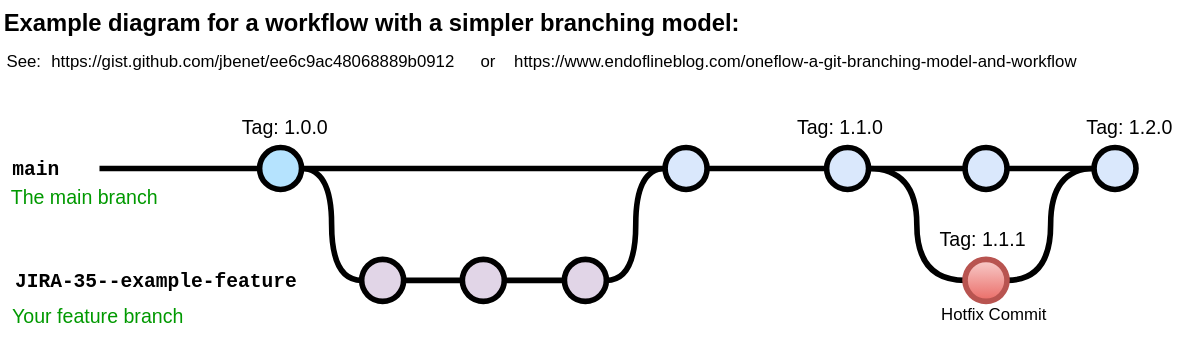
Earlier version of the draw.io export git tutorial.drawio.svg (ZacksAmber/Flowcharts). Source tidied: cells renumbered, new cells last; positions are measured from the earlier drawing's top-left corner, leaving out a move shared by most shapes.
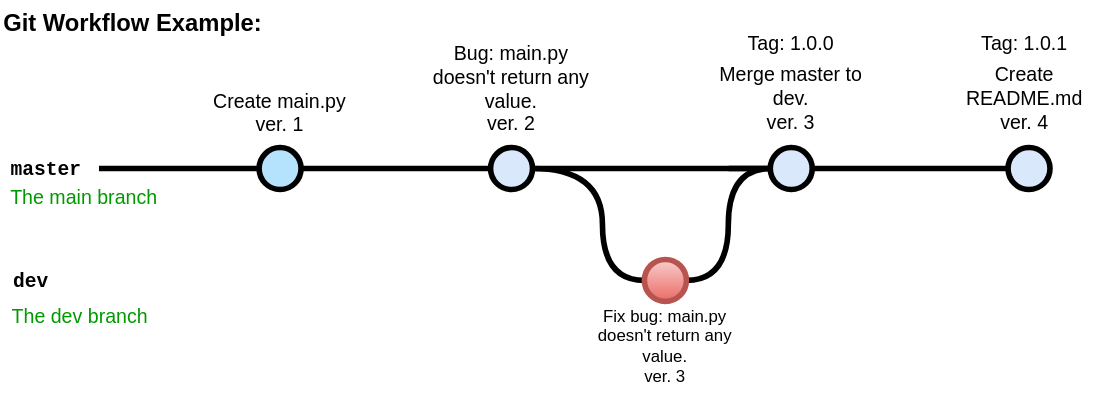
The same diagram one commit later.

Diff of the diagram source:
```diff
@@ -2,109 +2,91 @@
   <root>
     <mxCell id="0" />
     <mxCell id="1" parent="0" />
-    <mxCell id="2" value="Example diagram for a workflow with a simpler branching model:" style="text;whiteSpace=wrap;html=1;fontStyle=1;fontSize=17;" parent="1" vertex="1">
+    <mxCell id="2" value="Git Workflow Example:" style="text;whiteSpace=wrap;html=1;fontStyle=1;fontSize=17;" parent="1" vertex="1">
       <mxGeometry width="542.2" height="30" as="geometry" />
     </mxCell>
-    <mxCell id="3" value="&lt;a href=&quot;https://gist.github.com/jbenet/ee6c9ac48068889b0912&quot;&gt;https://gist.github.com/jbenet/ee6c9ac48068889b0912&lt;/a&gt;" style="text;whiteSpace=wrap;html=1;" parent="1" vertex="1">
-      <mxGeometry x="34.2" y="30" width="298" height="20" as="geometry" />
-    </mxCell>
-    <mxCell id="4" value="See:" style="text;whiteSpace=wrap;html=1;" parent="1" vertex="1">
-      <mxGeometry x="1.5" y="30" width="32.8" height="20" as="geometry" />
-    </mxCell>
     <mxCell id="5" style="edgeStyle=orthogonalEdgeStyle;rounded=0;html=1;jettySize=auto;plain-blue;endArrow=none;endFill=0;strokeWidth=4;strokeColor=#000000;" parent="1" edge="1" source="7" target="9">
       <mxGeometry x="304.5" y="180" as="geometry" />
     </mxCell>
-    <mxCell id="6" style="edgeStyle=orthogonalEdgeStyle;curved=1;rounded=0;html=1;exitX=1;exitY=0.5;exitPerimeter=0;entryX=0;entryY=0.5;entryPerimeter=0;endArrow=none;endFill=0;jettySize=auto;strokeWidth=4;fontSize=15;" parent="1" edge="1" source="7" target="19">
-      <mxGeometry relative="1" as="geometry" />
-    </mxCell>
     <mxCell id="7" style="verticalLabelPosition=bottom;verticalAlign=top;html=1;strokeWidth=4;shape=mxgraph.flowchart.on-page_reference;plain-blue;gradientColor=none;fillColor=#B5E3Fe;strokeColor=#000000;" parent="1" vertex="1">
       <mxGeometry x="184.5" y="105" width="30" height="30" as="geometry" />
     </mxCell>
-    <mxCell id="8" style="edgeStyle=orthogonalEdgeStyle;curved=1;rounded=0;jettySize=auto;html=1;endArrow=none;endFill=0;strokeWidth=4;fontFamily=Courier New;fontSize=16;" parent="1" edge="1" source="9" target="12">
+    <mxCell id="8" style="edgeStyle=orthogonalEdgeStyle;curved=1;rounded=0;jettySize=auto;html=1;endArrow=none;endFill=0;strokeWidth=4;fontFamily=Courier New;fontSize=16;startArrow=none;entryX=0;entryY=0.5;entryDx=0;entryDy=0;entryPerimeter=0;" parent="1" edge="1" source="15" target="38">
       <mxGeometry relative="1" as="geometry" />
     </mxCell>
     <mxCell id="9" style="verticalLabelPosition=bottom;verticalAlign=top;html=1;strokeWidth=4;shape=mxgraph.flowchart.on-page_reference;plain-blue;gradientColor=none;strokeColor=#000000;" parent="1" vertex="1">
-      <mxGeometry x="474.5" y="105" width="30" height="30" as="geometry" />
+      <mxGeometry x="350" y="105" width="30" height="30" as="geometry" />
     </mxCell>
-    <mxCell id="10" style="edgeStyle=orthogonalEdgeStyle;curved=1;rounded=0;jettySize=auto;html=1;endArrow=none;endFill=0;strokeWidth=4;fontFamily=Courier New;fontSize=16;" parent="1" edge="1" source="12" target="14">
-      <mxGeometry relative="1" as="geometry" />
-    </mxCell>
-    <mxCell id="11" style="edgeStyle=orthogonalEdgeStyle;curved=1;rounded=0;jettySize=auto;html=1;endArrow=none;endFill=0;strokeWidth=4;fontFamily=Courier New;fontSize=16;entryX=0;entryY=0.5;entryDx=0;entryDy=0;entryPerimeter=0;" parent="1" edge="1" source="12" target="32">
-      <mxGeometry relative="1" as="geometry" />
+    <mxCell id="11" style="edgeStyle=orthogonalEdgeStyle;curved=1;rounded=0;jettySize=auto;html=1;endArrow=none;endFill=0;strokeWidth=4;fontFamily=Courier New;fontSize=16;entryX=0;entryY=0.5;entryDx=0;entryDy=0;entryPerimeter=0;exitX=1;exitY=0.5;exitDx=0;exitDy=0;exitPerimeter=0;" parent="1" edge="1" source="9" target="32">
+      <mxGeometry relative="1" as="geometry">
+        <Array as="points">
+          <mxPoint x="430" y="120" />
+          <mxPoint x="430" y="200" />
+        </Array>
+      </mxGeometry>
     </mxCell>
-    <mxCell id="12" style="verticalLabelPosition=bottom;verticalAlign=top;html=1;strokeWidth=4;shape=mxgraph.flowchart.on-page_reference;plain-blue;gradientColor=none;strokeColor=#000000;" parent="1" vertex="1">
-      <mxGeometry x="590" y="105" width="30" height="30" as="geometry" />
-    </mxCell>
-    <mxCell id="13" style="edgeStyle=orthogonalEdgeStyle;curved=1;rounded=0;jettySize=auto;html=1;endArrow=none;endFill=0;strokeWidth=4;fontFamily=Courier New;fontSize=16;" parent="1" edge="1" source="14" target="15">
-      <mxGeometry relative="1" as="geometry" />
+    <mxCell id="13" style="edgeStyle=orthogonalEdgeStyle;curved=1;rounded=0;jettySize=auto;html=1;endArrow=none;endFill=0;strokeWidth=4;fontFamily=Courier New;fontSize=16;" parent="1" edge="1" target="15">
+      <mxGeometry relative="1" as="geometry">
+        <mxPoint x="520.2" y="120" as="sourcePoint" />
+      </mxGeometry>
     </mxCell>
-    <mxCell id="14" style="verticalLabelPosition=bottom;verticalAlign=top;html=1;strokeWidth=4;shape=mxgraph.flowchart.on-page_reference;plain-blue;gradientColor=none;strokeColor=#000000;" parent="1" vertex="1">
-      <mxGeometry x="689" y="105" width="30" height="30" as="geometry" />
-    </mxCell>
-    <mxCell id="15" style="verticalLabelPosition=bottom;verticalAlign=top;html=1;strokeWidth=4;shape=mxgraph.flowchart.on-page_reference;plain-blue;gradientColor=none;strokeColor=#000000;" parent="1" vertex="1">
-      <mxGeometry x="781.2" y="105" width="30" height="30" as="geometry" />
-    </mxCell>
     <mxCell id="16" style="edgeStyle=orthogonalEdgeStyle;rounded=0;html=1;jettySize=auto;strokeWidth=4;endArrow=none;endFill=0;" parent="1" edge="1" target="7">
       <mxGeometry x="204.5" y="180" as="geometry">
         <mxPoint x="70" y="120" as="sourcePoint" />
       </mxGeometry>
     </mxCell>
-    <mxCell id="17" value="main" style="text;html=1;strokeColor=none;fillColor=none;align=center;verticalAlign=middle;whiteSpace=wrap;overflow=hidden;fontSize=14;fontStyle=1;fontFamily=Courier New;" parent="1" vertex="1">
-      <mxGeometry y="110" width="50" height="20" as="geometry" />
+    <mxCell id="17" value="master" style="text;html=1;strokeColor=none;fillColor=none;align=center;verticalAlign=middle;whiteSpace=wrap;overflow=hidden;fontSize=14;fontStyle=1;fontFamily=Courier New;" parent="1" vertex="1">
+      <mxGeometry x="5.2" y="110" width="54.8" height="20" as="geometry" />
     </mxCell>
-    <mxCell id="18" style="edgeStyle=orthogonalEdgeStyle;curved=1;rounded=0;html=1;exitX=1;exitY=0.5;exitPerimeter=0;entryX=0;entryY=0.5;entryPerimeter=0;endArrow=none;endFill=0;jettySize=auto;strokeWidth=4;fontSize=15;" parent="1" edge="1" source="19" target="21">
-      <mxGeometry relative="1" as="geometry" />
-    </mxCell>
-    <mxCell id="19" style="verticalLabelPosition=bottom;verticalAlign=top;html=1;strokeWidth=4;shape=mxgraph.flowchart.on-page_reference;plain-purple;gradientColor=none;strokeColor=#000000;" parent="1" vertex="1">
-      <mxGeometry x="257.5" y="185" width="30" height="30" as="geometry" />
-    </mxCell>
-    <mxCell id="20" style="edgeStyle=orthogonalEdgeStyle;curved=1;rounded=0;html=1;exitX=1;exitY=0.5;exitPerimeter=0;entryX=0;entryY=0.5;entryPerimeter=0;endArrow=none;endFill=0;jettySize=auto;strokeWidth=4;fontSize=15;" parent="1" edge="1" source="21" target="23">
-      <mxGeometry relative="1" as="geometry" />
-    </mxCell>
-    <mxCell id="21" style="verticalLabelPosition=bottom;verticalAlign=top;html=1;strokeWidth=4;shape=mxgraph.flowchart.on-page_reference;plain-purple;gradientColor=none;strokeColor=#000000;" parent="1" vertex="1">
-      <mxGeometry x="329.5" y="185" width="30" height="30" as="geometry" />
-    </mxCell>
-    <mxCell id="22" style="edgeStyle=orthogonalEdgeStyle;curved=1;rounded=0;html=1;exitX=1;exitY=0.5;exitPerimeter=0;entryX=0;entryY=0.5;entryPerimeter=0;endArrow=none;endFill=0;jettySize=auto;strokeWidth=4;fontSize=15;" parent="1" edge="1" source="23" target="9">
-      <mxGeometry relative="1" as="geometry" />
-    </mxCell>
-    <mxCell id="23" style="verticalLabelPosition=bottom;verticalAlign=top;html=1;strokeWidth=4;shape=mxgraph.flowchart.on-page_reference;plain-purple;gradientColor=none;strokeColor=#000000;" parent="1" vertex="1">
-      <mxGeometry x="402.5" y="185" width="30" height="30" as="geometry" />
-    </mxCell>
-    <mxCell id="24" value="JIRA-35--example-feature" style="text;html=1;strokeColor=none;fillColor=none;align=left;verticalAlign=middle;whiteSpace=wrap;overflow=hidden;fontSize=14;fontStyle=1;fontFamily=Courier New;" parent="1" vertex="1">
+    <mxCell id="24" value="dev" style="text;html=1;strokeColor=none;fillColor=none;align=left;verticalAlign=middle;whiteSpace=wrap;overflow=hidden;fontSize=14;fontStyle=1;fontFamily=Courier New;" parent="1" vertex="1">
       <mxGeometry x="7.5" y="190" width="240" height="20" as="geometry" />
     </mxCell>
     <mxCell id="25" value="The main branch&lt;br&gt;" style="text;html=1;strokeColor=none;fillColor=none;align=left;verticalAlign=middle;whiteSpace=wrap;overflow=hidden;fontSize=14;fontStyle=0;fontColor=#009900;" parent="1" vertex="1">
       <mxGeometry x="5.2" y="130" width="132.2" height="20" as="geometry" />
     </mxCell>
-    <mxCell id="26" value="Your feature branch" style="text;html=1;strokeColor=none;fillColor=none;align=left;verticalAlign=middle;whiteSpace=wrap;overflow=hidden;fontSize=14;fontStyle=0;fontColor=#009900;" parent="1" vertex="1">
+    <mxCell id="26" value="The dev branch" style="text;html=1;strokeColor=none;fillColor=none;align=left;verticalAlign=middle;whiteSpace=wrap;overflow=hidden;fontSize=14;fontStyle=0;fontColor=#009900;" parent="1" vertex="1">
       <mxGeometry x="6.2" y="215" width="202.2" height="20" as="geometry" />
     </mxCell>
-    <mxCell id="27" value="Tag: 1.0.0" style="text;html=1;strokeColor=none;fillColor=none;align=center;verticalAlign=middle;whiteSpace=wrap;overflow=hidden;fontSize=14;" parent="1" vertex="1">
-      <mxGeometry x="168.4" y="80" width="70" height="20" as="geometry" />
+    <mxCell id="27" value="Create main.py&lt;br&gt;ver. 1" style="text;html=1;strokeColor=none;fillColor=none;align=center;verticalAlign=middle;whiteSpace=wrap;overflow=hidden;fontSize=14;" parent="1" vertex="1">
+      <mxGeometry x="137.5" y="60" width="122.5" height="40" as="geometry" />
     </mxCell>
-    <mxCell id="28" value="Tag: 1.1.0" style="text;html=1;strokeColor=none;fillColor=none;align=center;verticalAlign=middle;whiteSpace=wrap;overflow=hidden;fontSize=14;" parent="1" vertex="1">
-      <mxGeometry x="564.5" y="80" width="70" height="20" as="geometry" />
-    </mxCell>
-    <mxCell id="29" value="&lt;a href=&quot;https://www.endoflineblog.com/oneflow-a-git-branching-model-and-workflow&quot;&gt;https://www.endoflineblog.com/oneflow-a-git-branching-model-and-workflow&lt;/a&gt;" style="text;whiteSpace=wrap;html=1;" parent="1" vertex="1">
-      <mxGeometry x="364.5" y="30" width="413.8" height="20" as="geometry" />
-    </mxCell>
-    <mxCell id="30" value="or" style="text;whiteSpace=wrap;html=1;" parent="1" vertex="1">
-      <mxGeometry x="340.6" y="30" width="11.6" height="20" as="geometry" />
-    </mxCell>
     <mxCell id="31" style="edgeStyle=orthogonalEdgeStyle;curved=1;rounded=0;jettySize=auto;html=1;endArrow=none;endFill=0;strokeWidth=4;fontFamily=Courier New;fontSize=16;entryX=0;entryY=0.5;entryDx=0;entryDy=0;entryPerimeter=0;" parent="1" edge="1" source="32" target="15">
-      <mxGeometry relative="1" as="geometry" />
+      <mxGeometry relative="1" as="geometry">
+        <Array as="points">
+          <mxPoint x="520" y="200" />
+          <mxPoint x="520" y="120" />
+        </Array>
+      </mxGeometry>
     </mxCell>
     <mxCell id="32" style="verticalLabelPosition=bottom;verticalAlign=top;html=1;strokeWidth=4;shape=mxgraph.flowchart.on-page_reference;plain-blue;gradientColor=#EA6B66;strokeColor=#B85450;fillColor=#F8CECC;" parent="1" vertex="1">
-      <mxGeometry x="689" y="185" width="30" height="30" as="geometry" />
+      <mxGeometry x="460" y="185" width="30" height="30" as="geometry" />
     </mxCell>
-    <mxCell id="33" value="Hotfix Commit" style="text;html=1;strokeColor=none;fillColor=none;align=center;verticalAlign=middle;whiteSpace=wrap;overflow=hidden;" parent="1" vertex="1">
-      <mxGeometry x="669.5" y="210" width="80" height="30" as="geometry" />
+    <mxCell id="33" value="Fix bug:&amp;nbsp;main.py doesn't return any value.&lt;br&gt;ver. 3" style="text;html=1;strokeColor=none;fillColor=none;align=center;verticalAlign=middle;whiteSpace=wrap;overflow=hidden;" parent="1" vertex="1">
+      <mxGeometry x="420" y="215" width="110" height="65" as="geometry" />
     </mxCell>
-    <mxCell id="34" value="Tag: 1.1.1" style="text;html=1;strokeColor=none;fillColor=none;align=center;verticalAlign=middle;whiteSpace=wrap;overflow=hidden;fontSize=14;" parent="1" vertex="1">
-      <mxGeometry x="666.8" y="160" width="70" height="20" as="geometry" />
-    </mxCell>
-    <mxCell id="35" value="Tag: 1.2.0" style="text;html=1;strokeColor=none;fillColor=none;align=center;verticalAlign=middle;whiteSpace=wrap;overflow=hidden;fontSize=14;" parent="1" vertex="1">
-      <mxGeometry x="772.2" y="80" width="70" height="20" as="geometry" />
+    <mxCell id="35" value="Tag: 1.0.0" style="text;html=1;strokeColor=none;fillColor=none;align=center;verticalAlign=middle;whiteSpace=wrap;overflow=hidden;fontSize=14;" parent="1" vertex="1">
+      <mxGeometry x="530" y="20" width="70" height="20" as="geometry" />
     </mxCell>
+    <mxCell id="36" value="Bug: main.py doesn't return any value.&lt;br&gt;ver. 2" style="text;html=1;strokeColor=none;fillColor=none;align=center;verticalAlign=middle;whiteSpace=wrap;overflow=hidden;fontSize=14;" parent="1" vertex="1">
+      <mxGeometry x="302.1" y="25" width="125.8" height="75" as="geometry" />
+    </mxCell>
+    <mxCell id="37" value="Merge master to dev.&lt;br&gt;ver. 3" style="text;html=1;strokeColor=none;fillColor=none;align=center;verticalAlign=middle;whiteSpace=wrap;overflow=hidden;fontSize=14;" parent="1" vertex="1">
+      <mxGeometry x="502.9" y="40" width="124.2" height="60" as="geometry" />
+    </mxCell>
+    <mxCell id="38" style="verticalLabelPosition=bottom;verticalAlign=top;html=1;strokeWidth=4;shape=mxgraph.flowchart.on-page_reference;plain-blue;gradientColor=none;strokeColor=#000000;" parent="1" vertex="1">
+      <mxGeometry x="720" y="105" width="30" height="30" as="geometry" />
+    </mxCell>
+    <mxCell id="39" value="Create README.md&lt;br&gt;ver. 4" style="text;html=1;strokeColor=none;fillColor=none;align=center;verticalAlign=middle;whiteSpace=wrap;overflow=hidden;fontSize=14;" parent="1" vertex="1">
+      <mxGeometry x="670" y="40" width="124.2" height="60" as="geometry" />
+    </mxCell>
+    <mxCell id="15" style="verticalLabelPosition=bottom;verticalAlign=top;html=1;strokeWidth=4;shape=mxgraph.flowchart.on-page_reference;plain-blue;gradientColor=none;strokeColor=#000000;" parent="1" vertex="1">
+      <mxGeometry x="550" y="105" width="30" height="30" as="geometry" />
+    </mxCell>
+    <mxCell id="40" style="edgeStyle=orthogonalEdgeStyle;curved=1;rounded=0;jettySize=auto;html=1;endArrow=none;endFill=0;strokeWidth=4;fontFamily=Courier New;fontSize=16;" parent="1" edge="1" source="9" target="15">
+      <mxGeometry relative="1" as="geometry" />
+    </mxCell>
+    <mxCell id="41" value="Tag: 1.0.1" style="text;html=1;strokeColor=none;fillColor=none;align=center;verticalAlign=middle;whiteSpace=wrap;overflow=hidden;fontSize=14;" parent="1" vertex="1">
+      <mxGeometry x="697.1" y="20" width="70" height="20" as="geometry" />
+    </mxCell>
   </root>
 </mxGraphModel>
```
